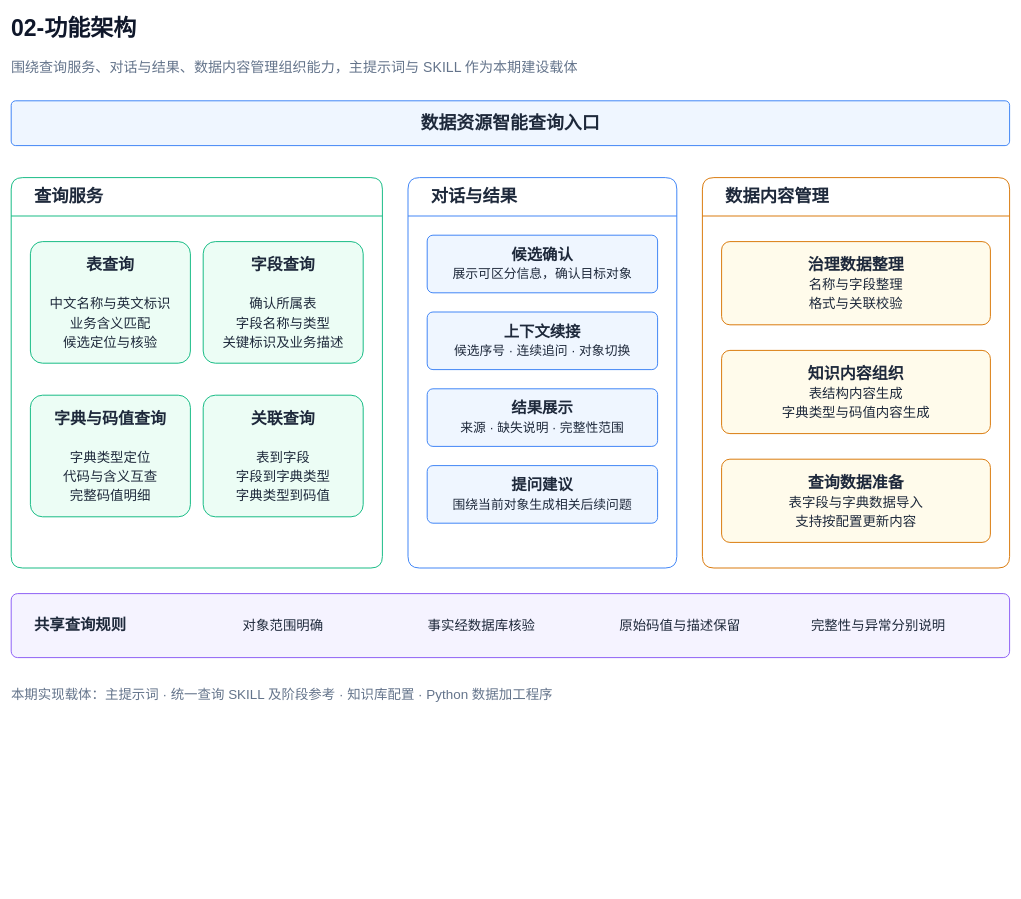
This is docs/solutions/diagrams/02-功能架构.drawio from alexhuangeric2015/data-engineer-agent, a draw.io file, before an edit. Source tidied: cells renumbered, new cells numbered last; positions are measured from the earlier drawing's top-left corner, leaving out a move shared by most shapes. Both pictures are drawn from the tidied source at 64%, with x=0, y=0 at pixel (11, 11).
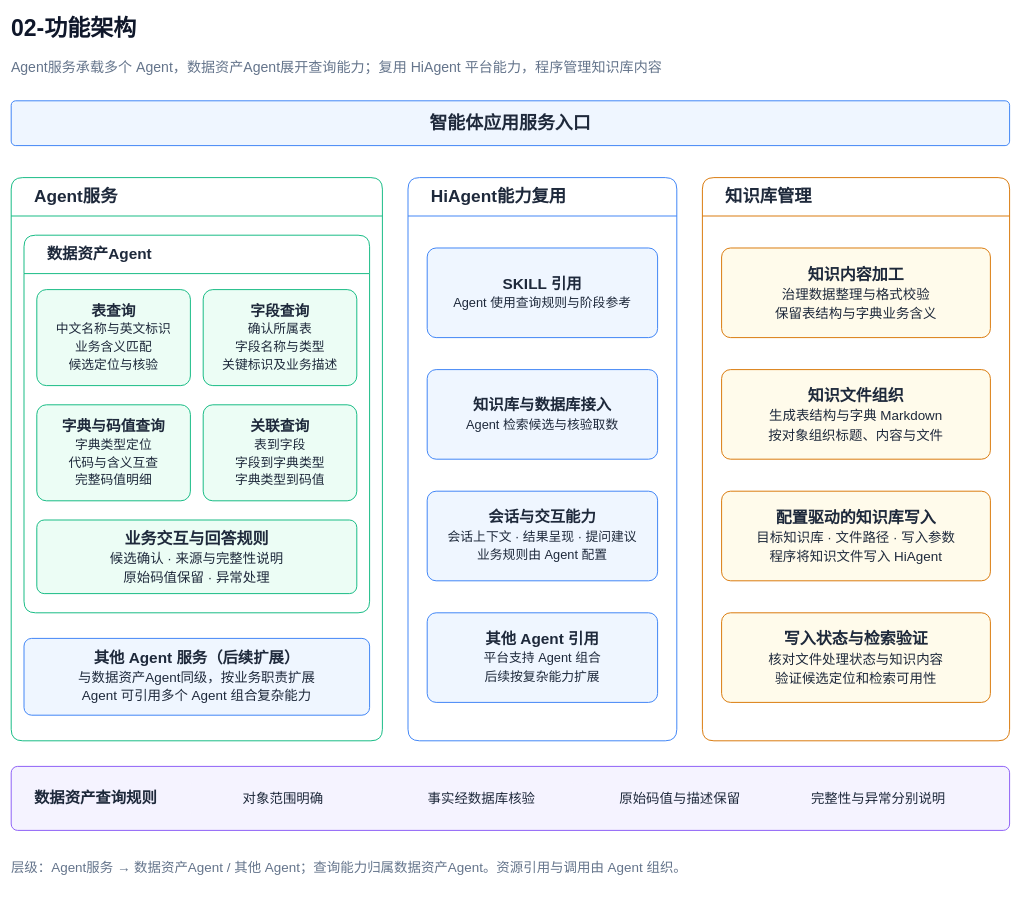
The same page after the edit.

Diff of the diagram source:
```diff
@@
-    <mxCell id="3" value="围绕查询服务、对话与结果、数据内容管理组织能力，主提示词与 SKILL 作为本期建设载体" style="rounded=1;arcSize=10;whiteSpace=wrap;html=1;fontFamily=Arial;fontSize=22;fontColor=#64748B;fillColor=none;strokeColor=none;strokeWidth=1.5;spacing=0;align=left;verticalAlign=middle;text;fontStyle=0;" parent="1" vertex="1">
+    <mxCell id="3" value="Agent服务承载多个 Agent，数据资产Agent展开查询能力；复用 HiAgent 平台能力，程序管理知识库内容" style="rounded=1;arcSize=10;whiteSpace=wrap;html=1;fontFamily=Arial;fontSize=22;fontColor=#64748B;fillColor=none;strokeColor=none;strokeWidth=1.5;spacing=0;align=left;verticalAlign=middle;text;fontStyle=0;" parent="1" vertex="1">
       <mxGeometry y="70" width="1500" height="40" as="geometry" />
     </mxCell>
-    <mxCell id="4" value="数据资源智能查询入口" style="rounded=1;arcSize=10;whiteSpace=wrap;html=1;fontFamily=Arial;fontSize=28;fontColor=#1E293B;fillColor=#EFF6FF;strokeColor=#3B82F6;strokeWidth=1.5;spacing=14;align=center;verticalAlign=middle;fontStyle=1;" parent="1" vertex="1">
+    <mxCell id="4" value="智能体应用服务入口" style="rounded=1;arcSize=10;whiteSpace=wrap;html=1;fontFamily=Arial;fontSize=28;fontColor=#1E293B;fillColor=#EFF6FF;strokeColor=#3B82F6;strokeWidth=1.5;spacing=14;align=center;verticalAlign=middle;fontStyle=1;" parent="1" vertex="1">
       <mxGeometry y="140" width="1560" height="70" as="geometry" />
     </mxCell>
-    <mxCell id="5" value="&lt;font style=&quot;font-size:27px&quot;&gt;查询服务&lt;/font&gt;" style="rounded=1;arcSize=10;whiteSpace=wrap;html=1;fontFamily=Arial;fontSize=27;fontColor=#1E293B;fillColor=#FFFFFF;strokeColor=#10B981;strokeWidth=1.5;spacing=14;align=left;verticalAlign=middle;swimlane;startSize=60;horizontal=1;spacingLeft=22;fontStyle=1;swimlaneFillColor=#FFFFFF;" parent="1" vertex="1">
-      <mxGeometry y="260" width="580" height="610" as="geometry" />
+    <mxCell id="5" value="&lt;font style=&quot;font-size:27px&quot;&gt;Agent服务&lt;/font&gt;" style="rounded=1;arcSize=10;whiteSpace=wrap;html=1;fontFamily=Arial;fontSize=27;fontColor=#1E293B;fillColor=#FFFFFF;strokeColor=#10B981;strokeWidth=1.5;spacing=14;align=left;verticalAlign=middle;swimlane;startSize=60;horizontal=1;spacingLeft=22;fontStyle=1;swimlaneFillColor=#FFFFFF;" parent="1" vertex="1">
+      <mxGeometry y="260" width="580" height="880" as="geometry" />
     </mxCell>
-    <mxCell id="6" value="&lt;font style=&quot;font-size:27px&quot;&gt;对话与结果&lt;/font&gt;" style="rounded=1;arcSize=10;whiteSpace=wrap;html=1;fontFamily=Arial;fontSize=27;fontColor=#1E293B;fillColor=#FFFFFF;strokeColor=#3B82F6;strokeWidth=1.5;spacing=14;align=left;verticalAlign=middle;swimlane;startSize=60;horizontal=1;spacingLeft=22;fontStyle=1;swimlaneFillColor=#FFFFFF;" parent="1" vertex="1">
-      <mxGeometry x="620" y="260" width="420" height="610" as="geometry" />
+    <mxCell id="6" value="&lt;font style=&quot;font-size:27px&quot;&gt;HiAgent能力复用&lt;/font&gt;" style="rounded=1;arcSize=10;whiteSpace=wrap;html=1;fontFamily=Arial;fontSize=27;fontColor=#1E293B;fillColor=#FFFFFF;strokeColor=#3B82F6;strokeWidth=1.5;spacing=14;align=left;verticalAlign=middle;swimlane;startSize=60;horizontal=1;spacingLeft=22;fontStyle=1;swimlaneFillColor=#FFFFFF;" parent="1" vertex="1">
+      <mxGeometry x="620" y="260" width="420" height="880" as="geometry" />
     </mxCell>
-    <mxCell id="7" value="&lt;font style=&quot;font-size:27px&quot;&gt;数据内容管理&lt;/font&gt;" style="rounded=1;arcSize=10;whiteSpace=wrap;html=1;fontFamily=Arial;fontSize=27;fontColor=#1E293B;fillColor=#FFFFFF;strokeColor=#D97706;strokeWidth=1.5;spacing=14;align=left;verticalAlign=middle;swimlane;startSize=60;horizontal=1;spacingLeft=22;fontStyle=1;swimlaneFillColor=#FFFFFF;" parent="1" vertex="1">
-      <mxGeometry x="1080" y="260" width="480" height="610" as="geometry" />
+    <mxCell id="7" value="&lt;font style=&quot;font-size:27px&quot;&gt;知识库管理&lt;/font&gt;" style="rounded=1;arcSize=10;whiteSpace=wrap;html=1;fontFamily=Arial;fontSize=27;fontColor=#1E293B;fillColor=#FFFFFF;strokeColor=#D97706;strokeWidth=1.5;spacing=14;align=left;verticalAlign=middle;swimlane;startSize=60;horizontal=1;spacingLeft=22;fontStyle=1;swimlaneFillColor=#FFFFFF;" parent="1" vertex="1">
+      <mxGeometry x="1080" y="260" width="480" height="880" as="geometry" />
     </mxCell>
+    <mxCell id="25" value="&lt;font style=&quot;font-size:24px&quot;&gt;数据资产Agent&lt;/font&gt;" style="rounded=1;arcSize=10;whiteSpace=wrap;html=1;fontFamily=Arial;fontSize=24;fontColor=#1E293B;fillColor=#FFFFFF;strokeColor=#10B981;strokeWidth=1.5;spacing=14;align=left;verticalAlign=middle;swimlane;startSize=60;horizontal=1;spacingLeft=22;fontStyle=1;swimlaneFillColor=#FFFFFF;" parent="5" vertex="1">
+      <mxGeometry x="20" y="90" width="540" height="590" as="geometry" />
+    </mxCell>
-    <mxCell id="8" value="&lt;b&gt;表查询&lt;/b&gt;&lt;br&gt;&lt;br&gt;&lt;font style=&quot;font-size:21px&quot;&gt;中文名称与英文标识&lt;br&gt;业务含义匹配&lt;br&gt;候选定位与核验&lt;/font&gt;" style="rounded=1;arcSize=10;whiteSpace=wrap;html=1;fontFamily=Arial;fontSize=25;fontColor=#1E293B;fillColor=#ECFDF5;strokeColor=#10B981;strokeWidth=1.5;spacing=14;align=center;verticalAlign=middle;" parent="5" vertex="1">
-      <mxGeometry x="30" y="100" width="250" height="190" as="geometry" />
+    <mxCell id="8" value="&lt;b&gt;表查询&lt;/b&gt;&lt;br&gt;&lt;font style=&quot;font-size:20px&quot;&gt;中文名称与英文标识&lt;br&gt;业务含义匹配&lt;br&gt;候选定位与核验&lt;/font&gt;" style="rounded=1;arcSize=10;whiteSpace=wrap;html=1;fontFamily=Arial;fontSize=25;fontColor=#1E293B;fillColor=#ECFDF5;strokeColor=#10B981;strokeWidth=1.5;spacing=14;align=center;verticalAlign=middle;fontSize=23;spacing=10;" parent="25" vertex="1">
+      <mxGeometry x="20" y="85" width="240" height="150" as="geometry" />
     </mxCell>
-    <mxCell id="9" value="&lt;b&gt;字段查询&lt;/b&gt;&lt;br&gt;&lt;br&gt;&lt;font style=&quot;font-size:21px&quot;&gt;确认所属表&lt;br&gt;字段名称与类型&lt;br&gt;关键标识及业务描述&lt;/font&gt;" style="rounded=1;arcSize=10;whiteSpace=wrap;html=1;fontFamily=Arial;fontSize=25;fontColor=#1E293B;fillColor=#ECFDF5;strokeColor=#10B981;strokeWidth=1.5;spacing=14;align=center;verticalAlign=middle;" parent="5" vertex="1">
-      <mxGeometry x="300" y="100" width="250" height="190" as="geometry" />
+    <mxCell id="9" value="&lt;b&gt;字段查询&lt;/b&gt;&lt;br&gt;&lt;font style=&quot;font-size:20px&quot;&gt;确认所属表&lt;br&gt;字段名称与类型&lt;br&gt;关键标识及业务描述&lt;/font&gt;" style="rounded=1;arcSize=10;whiteSpace=wrap;html=1;fontFamily=Arial;fontSize=25;fontColor=#1E293B;fillColor=#ECFDF5;strokeColor=#10B981;strokeWidth=1.5;spacing=14;align=center;verticalAlign=middle;fontSize=23;spacing=10;" parent="25" vertex="1">
+      <mxGeometry x="280" y="85" width="240" height="150" as="geometry" />
     </mxCell>
-    <mxCell id="10" value="&lt;b&gt;字典与码值查询&lt;/b&gt;&lt;br&gt;&lt;br&gt;&lt;font style=&quot;font-size:21px&quot;&gt;字典类型定位&lt;br&gt;代码与含义互查&lt;br&gt;完整码值明细&lt;/font&gt;" style="rounded=1;arcSize=10;whiteSpace=wrap;html=1;fontFamily=Arial;fontSize=25;fontColor=#1E293B;fillColor=#ECFDF5;strokeColor=#10B981;strokeWidth=1.5;spacing=14;align=center;verticalAlign=middle;" parent="5" vertex="1">
-      <mxGeometry x="30" y="340" width="250" height="190" as="geometry" />
+    <mxCell id="10" value="&lt;b&gt;字典与码值查询&lt;/b&gt;&lt;br&gt;&lt;font style=&quot;font-size:20px&quot;&gt;字典类型定位&lt;br&gt;代码与含义互查&lt;br&gt;完整码值明细&lt;/font&gt;" style="rounded=1;arcSize=10;whiteSpace=wrap;html=1;fontFamily=Arial;fontSize=25;fontColor=#1E293B;fillColor=#ECFDF5;strokeColor=#10B981;strokeWidth=1.5;spacing=14;align=center;verticalAlign=middle;fontSize=23;spacing=10;" parent="25" vertex="1">
+      <mxGeometry x="20" y="265" width="240" height="150" as="geometry" />
     </mxCell>
-    <mxCell id="11" value="&lt;b&gt;关联查询&lt;/b&gt;&lt;br&gt;&lt;br&gt;&lt;font style=&quot;font-size:21px&quot;&gt;表到字段&lt;br&gt;字段到字典类型&lt;br&gt;字典类型到码值&lt;/font&gt;" style="rounded=1;arcSize=10;whiteSpace=wrap;html=1;fontFamily=Arial;fontSize=25;fontColor=#1E293B;fillColor=#ECFDF5;strokeColor=#10B981;strokeWidth=1.5;spacing=14;align=center;verticalAlign=middle;" parent="5" vertex="1">
-      <mxGeometry x="300" y="340" width="250" height="190" as="geometry" />
+    <mxCell id="11" value="&lt;b&gt;关联查询&lt;/b&gt;&lt;br&gt;&lt;font style=&quot;font-size:20px&quot;&gt;表到字段&lt;br&gt;字段到字典类型&lt;br&gt;字典类型到码值&lt;/font&gt;" style="rounded=1;arcSize=10;whiteSpace=wrap;html=1;fontFamily=Arial;fontSize=25;fontColor=#1E293B;fillColor=#ECFDF5;strokeColor=#10B981;strokeWidth=1.5;spacing=14;align=center;verticalAlign=middle;fontSize=23;spacing=10;" parent="25" vertex="1">
+      <mxGeometry x="280" y="265" width="240" height="150" as="geometry" />
     </mxCell>
-    <mxCell id="12" value="&lt;b&gt;候选确认&lt;/b&gt;&lt;br&gt;&lt;font style=&quot;font-size:20px&quot;&gt;展示可区分信息，确认目标对象&lt;/font&gt;" style="rounded=1;arcSize=10;whiteSpace=wrap;html=1;fontFamily=Arial;fontSize=24;fontColor=#1E293B;fillColor=#EFF6FF;strokeColor=#3B82F6;strokeWidth=1.5;spacing=14;align=center;verticalAlign=middle;" parent="6" vertex="1">
-      <mxGeometry x="30" y="90" width="360" height="90" as="geometry" />
+    <mxCell id="12" value="&lt;b&gt;SKILL 引用&lt;/b&gt;&lt;br&gt;&lt;font style=&quot;font-size:20px&quot;&gt;Agent 使用查询规则与阶段参考&lt;/font&gt;" style="rounded=1;arcSize=10;whiteSpace=wrap;html=1;fontFamily=Arial;fontSize=24;fontColor=#1E293B;fillColor=#EFF6FF;strokeColor=#3B82F6;strokeWidth=1.5;spacing=14;align=center;verticalAlign=middle;" parent="6" vertex="1">
+      <mxGeometry x="30" y="110" width="360" height="140" as="geometry" />
     </mxCell>
-    <mxCell id="13" value="&lt;b&gt;上下文续接&lt;/b&gt;&lt;br&gt;&lt;font style=&quot;font-size:20px&quot;&gt;候选序号 · 连续追问 · 对象切换&lt;/font&gt;" style="rounded=1;arcSize=10;whiteSpace=wrap;html=1;fontFamily=Arial;fontSize=24;fontColor=#1E293B;fillColor=#EFF6FF;strokeColor=#3B82F6;strokeWidth=1.5;spacing=14;align=center;verticalAlign=middle;" parent="6" vertex="1">
-      <mxGeometry x="30" y="210" width="360" height="90" as="geometry" />
+    <mxCell id="13" value="&lt;b&gt;知识库与数据库接入&lt;/b&gt;&lt;br&gt;&lt;font style=&quot;font-size:20px&quot;&gt;Agent 检索候选与核验取数&lt;/font&gt;" style="rounded=1;arcSize=10;whiteSpace=wrap;html=1;fontFamily=Arial;fontSize=24;fontColor=#1E293B;fillColor=#EFF6FF;strokeColor=#3B82F6;strokeWidth=1.5;spacing=14;align=center;verticalAlign=middle;" parent="6" vertex="1">
+      <mxGeometry x="30" y="300" width="360" height="140" as="geometry" />
     </mxCell>
-    <mxCell id="14" value="&lt;b&gt;结果展示&lt;/b&gt;&lt;br&gt;&lt;font style=&quot;font-size:20px&quot;&gt;来源 · 缺失说明 · 完整性范围&lt;/font&gt;" style="rounded=1;arcSize=10;whiteSpace=wrap;html=1;fontFamily=Arial;fontSize=24;fontColor=#1E293B;fillColor=#EFF6FF;strokeColor=#3B82F6;strokeWidth=1.5;spacing=14;align=center;verticalAlign=middle;" parent="6" vertex="1">
-      <mxGeometry x="30" y="330" width="360" height="90" as="geometry" />
+    <mxCell id="14" value="&lt;b&gt;会话与交互能力&lt;/b&gt;&lt;br&gt;&lt;font style=&quot;font-size:20px&quot;&gt;会话上下文 · 结果呈现 · 提问建议&lt;br&gt;业务规则由 Agent 配置&lt;/font&gt;" style="rounded=1;arcSize=10;whiteSpace=wrap;html=1;fontFamily=Arial;fontSize=24;fontColor=#1E293B;fillColor=#EFF6FF;strokeColor=#3B82F6;strokeWidth=1.5;spacing=14;align=center;verticalAlign=middle;" parent="6" vertex="1">
+      <mxGeometry x="30" y="490" width="360" height="140" as="geometry" />
     </mxCell>
-    <mxCell id="15" value="&lt;b&gt;提问建议&lt;/b&gt;&lt;br&gt;&lt;font style=&quot;font-size:20px&quot;&gt;围绕当前对象生成相关后续问题&lt;/font&gt;" style="rounded=1;arcSize=10;whiteSpace=wrap;html=1;fontFamily=Arial;fontSize=24;fontColor=#1E293B;fillColor=#EFF6FF;strokeColor=#3B82F6;strokeWidth=1.5;spacing=14;align=center;verticalAlign=middle;" parent="6" vertex="1">
-      <mxGeometry x="30" y="450" width="360" height="90" as="geometry" />
+    <mxCell id="15" value="&lt;b&gt;其他 Agent 引用&lt;/b&gt;&lt;br&gt;&lt;font style=&quot;font-size:20px&quot;&gt;平台支持 Agent 组合&lt;br&gt;后续按复杂能力扩展&lt;/font&gt;" style="rounded=1;arcSize=10;whiteSpace=wrap;html=1;fontFamily=Arial;fontSize=24;fontColor=#1E293B;fillColor=#EFF6FF;strokeColor=#3B82F6;strokeWidth=1.5;spacing=14;align=center;verticalAlign=middle;" parent="6" vertex="1">
+      <mxGeometry x="30" y="680" width="360" height="140" as="geometry" />
     </mxCell>
-    <mxCell id="16" value="&lt;b&gt;治理数据整理&lt;/b&gt;&lt;br&gt;&lt;font style=&quot;font-size:21px&quot;&gt;名称与字段整理&lt;br&gt;格式与关联校验&lt;/font&gt;" style="rounded=1;arcSize=10;whiteSpace=wrap;html=1;fontFamily=Arial;fontSize=25;fontColor=#1E293B;fillColor=#FFFBEB;strokeColor=#D97706;strokeWidth=1.5;spacing=14;align=center;verticalAlign=middle;" parent="7" vertex="1">
-      <mxGeometry x="30" y="100" width="420" height="130" as="geometry" />
+    <mxCell id="16" value="&lt;b&gt;知识内容加工&lt;/b&gt;&lt;br&gt;&lt;font style=&quot;font-size:21px&quot;&gt;治理数据整理与格式校验&lt;br&gt;保留表结构与字典业务含义&lt;/font&gt;" style="rounded=1;arcSize=10;whiteSpace=wrap;html=1;fontFamily=Arial;fontSize=25;fontColor=#1E293B;fillColor=#FFFBEB;strokeColor=#D97706;strokeWidth=1.5;spacing=14;align=center;verticalAlign=middle;" parent="7" vertex="1">
+      <mxGeometry x="30" y="110" width="420" height="140" as="geometry" />
     </mxCell>
-    <mxCell id="17" value="&lt;b&gt;知识内容组织&lt;/b&gt;&lt;br&gt;&lt;font style=&quot;font-size:21px&quot;&gt;表结构内容生成&lt;br&gt;字典类型与码值内容生成&lt;/font&gt;" style="rounded=1;arcSize=10;whiteSpace=wrap;html=1;fontFamily=Arial;fontSize=25;fontColor=#1E293B;fillColor=#FFFBEB;strokeColor=#D97706;strokeWidth=1.5;spacing=14;align=center;verticalAlign=middle;" parent="7" vertex="1">
-      <mxGeometry x="30" y="270" width="420" height="130" as="geometry" />
+    <mxCell id="17" value="&lt;b&gt;知识文件组织&lt;/b&gt;&lt;br&gt;&lt;font style=&quot;font-size:21px&quot;&gt;生成表结构与字典 Markdown&lt;br&gt;按对象组织标题、内容与文件&lt;/font&gt;" style="rounded=1;arcSize=10;whiteSpace=wrap;html=1;fontFamily=Arial;fontSize=25;fontColor=#1E293B;fillColor=#FFFBEB;strokeColor=#D97706;strokeWidth=1.5;spacing=14;align=center;verticalAlign=middle;" parent="7" vertex="1">
+      <mxGeometry x="30" y="300" width="420" height="140" as="geometry" />
     </mxCell>
-    <mxCell id="18" value="&lt;b&gt;查询数据准备&lt;/b&gt;&lt;br&gt;&lt;font style=&quot;font-size:21px&quot;&gt;表字段与字典数据导入&lt;br&gt;支持按配置更新内容&lt;/font&gt;" style="rounded=1;arcSize=10;whiteSpace=wrap;html=1;fontFamily=Arial;fontSize=25;fontColor=#1E293B;fillColor=#FFFBEB;strokeColor=#D97706;strokeWidth=1.5;spacing=14;align=center;verticalAlign=middle;" parent="7" vertex="1">
-      <mxGeometry x="30" y="440" width="420" height="130" as="geometry" />
+    <mxCell id="18" value="&lt;b&gt;配置驱动的知识库写入&lt;/b&gt;&lt;br&gt;&lt;font style=&quot;font-size:21px&quot;&gt;目标知识库 · 文件路径 · 写入参数&lt;br&gt;程序将知识文件写入 HiAgent&lt;/font&gt;" style="rounded=1;arcSize=10;whiteSpace=wrap;html=1;fontFamily=Arial;fontSize=25;fontColor=#1E293B;fillColor=#FFFBEB;strokeColor=#D97706;strokeWidth=1.5;spacing=14;align=center;verticalAlign=middle;" parent="7" vertex="1">
+      <mxGeometry x="30" y="490" width="420" height="140" as="geometry" />
     </mxCell>
-    <mxCell id="19" value="共享查询规则" style="rounded=1;arcSize=10;whiteSpace=wrap;html=1;fontFamily=Arial;fontSize=24;fontColor=#1E293B;fillColor=#F5F3FF;strokeColor=#8B5CF6;strokeWidth=1.5;spacing=14;align=left;verticalAlign=middle;spacingLeft=22;fontStyle=1;" parent="1" vertex="1">
-      <mxGeometry y="910" width="1560" height="100" as="geometry" />
+    <mxCell id="19" value="数据资产查询规则" style="rounded=1;arcSize=10;whiteSpace=wrap;html=1;fontFamily=Arial;fontSize=24;fontColor=#1E293B;fillColor=#F5F3FF;strokeColor=#8B5CF6;strokeWidth=1.5;spacing=14;align=left;verticalAlign=middle;spacingLeft=22;fontStyle=1;" parent="1" vertex="1">
+      <mxGeometry y="1180" width="1560" height="100" as="geometry" />
     </mxCell>
@@
-    <mxCell id="24" value="本期实现载体：主提示词 · 统一查询 SKILL 及阶段参考 · 知识库配置 · Python 数据加工程序" style="rounded=1;arcSize=10;whiteSpace=wrap;html=1;fontFamily=Arial;fontSize=21;fontColor=#64748B;fillColor=none;strokeColor=none;strokeWidth=1.5;spacing=0;align=left;verticalAlign=middle;text;fontStyle=0;" parent="1" vertex="1">
-      <mxGeometry y="1050" width="1560" height="40" as="geometry" />
+    <mxCell id="24" value="层级：Agent服务 → 数据资产Agent / 其他 Agent；查询能力归属数据资产Agent。资源引用与调用由 Agent 组织。" style="rounded=1;arcSize=10;whiteSpace=wrap;html=1;fontFamily=Arial;fontSize=21;fontColor=#64748B;fillColor=none;strokeColor=none;strokeWidth=1.5;spacing=0;align=left;verticalAlign=middle;text;fontStyle=0;" parent="1" vertex="1">
+      <mxGeometry y="1320" width="1560" height="50" as="geometry" />
     </mxCell>
+    <mxCell id="26" value="&lt;b&gt;业务交互与回答规则&lt;/b&gt;&lt;br&gt;&lt;font style=&quot;font-size:21px&quot;&gt;候选确认 · 来源与完整性说明&lt;br&gt;原始码值保留 · 异常处理&lt;/font&gt;" style="rounded=1;arcSize=10;whiteSpace=wrap;html=1;fontFamily=Arial;fontSize=25;fontColor=#1E293B;fillColor=#ECFDF5;strokeColor=#10B981;strokeWidth=1.5;spacing=14;align=center;verticalAlign=middle;" parent="25" vertex="1">
+      <mxGeometry x="20" y="445" width="500" height="115" as="geometry" />
+    </mxCell>
+    <mxCell id="27" value="&lt;b&gt;写入状态与检索验证&lt;/b&gt;&lt;br&gt;&lt;font style=&quot;font-size:21px&quot;&gt;核对文件处理状态与知识内容&lt;br&gt;验证候选定位和检索可用性&lt;/font&gt;" style="rounded=1;arcSize=10;whiteSpace=wrap;html=1;fontFamily=Arial;fontSize=25;fontColor=#1E293B;fillColor=#FFFBEB;strokeColor=#D97706;strokeWidth=1.5;spacing=14;align=center;verticalAlign=middle;" parent="7" vertex="1">
+      <mxGeometry x="30" y="680" width="420" height="140" as="geometry" />
+    </mxCell>
+    <mxCell id="28" value="&lt;b&gt;其他 Agent 服务（后续扩展）&lt;/b&gt;&lt;br&gt;&lt;font style=&quot;font-size:21px&quot;&gt;与数据资产Agent同级，按业务职责扩展&lt;br&gt;Agent 可引用多个 Agent 组合复杂能力&lt;/font&gt;" style="rounded=1;arcSize=10;whiteSpace=wrap;html=1;fontFamily=Arial;fontSize=24;fontColor=#1E293B;fillColor=#EFF6FF;strokeColor=#3B82F6;strokeWidth=1.5;spacing=14;align=center;verticalAlign=middle;" parent="5" vertex="1">
+      <mxGeometry x="20" y="720" width="540" height="120" as="geometry" />
+    </mxCell>
```
